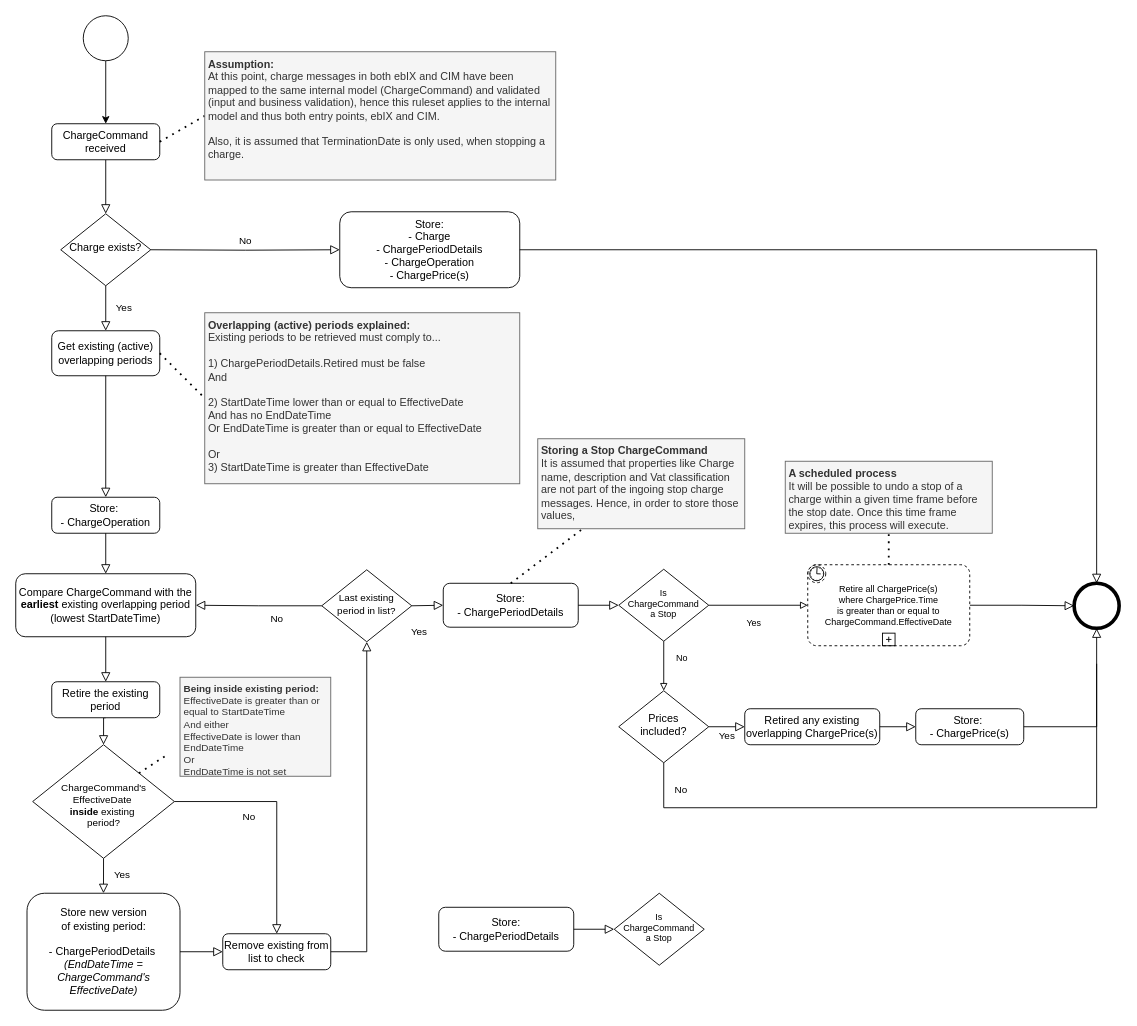
This is docs/images/PersistingChargesRuleSet_ProcessFlow.drawio from Energinet-DataHub/ARCHIVED-geh-charges, a draw.io file, before an edit. Source tidied: cells renumbered, new cells numbered last; positions are measured from the earlier drawing's top-left corner, leaving out a move shared by most shapes. Both pictures are drawn from the tidied source at 90%, with x=0, y=0 at pixel (15, 15).
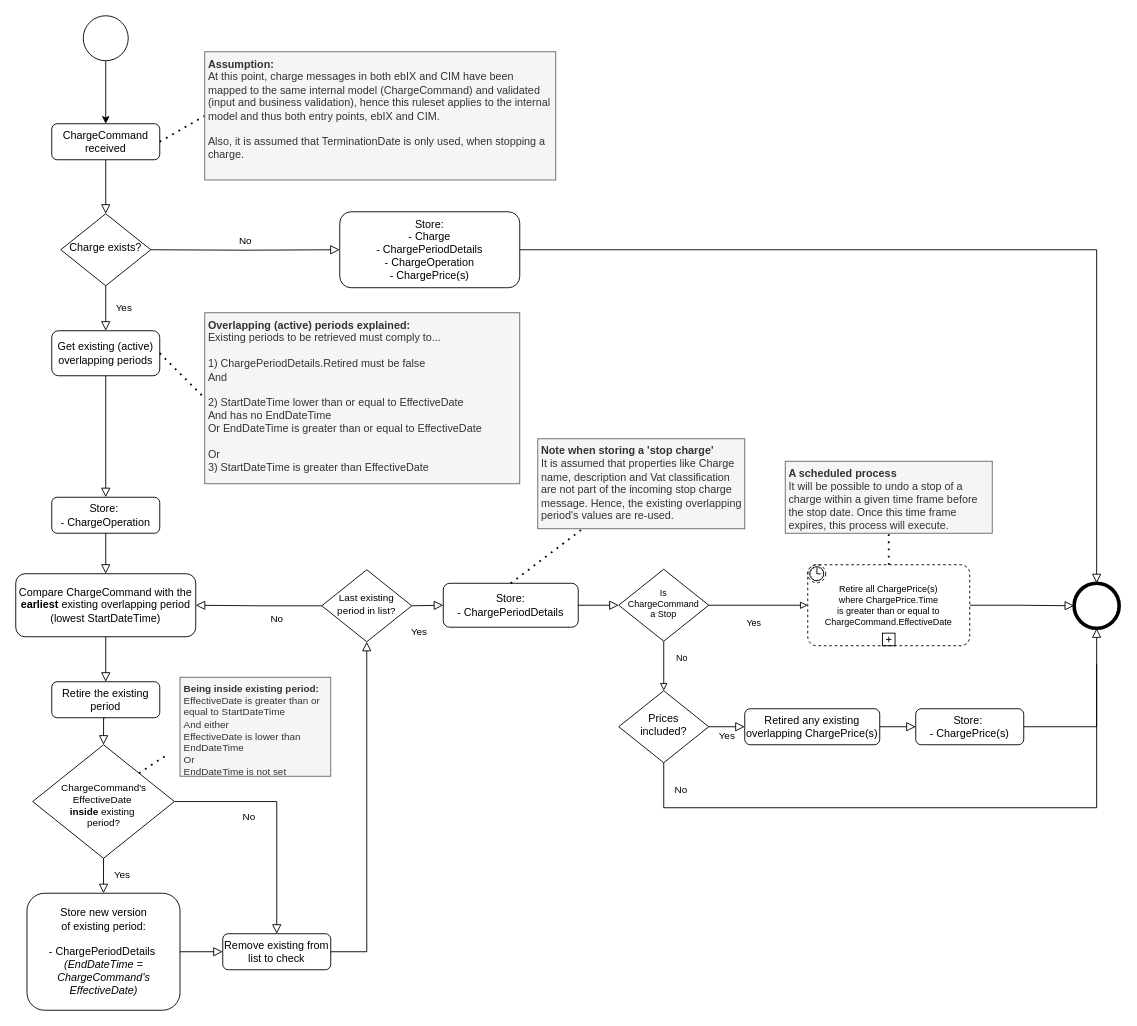
Above is the later version.

The edit, as a diff of the source:
```diff
@@
-    <mxCell id="53" value="Store:&lt;br&gt;- ChargePeriodDetails" style="rounded=1;whiteSpace=wrap;html=1;fontSize=12;glass=0;strokeWidth=1;shadow=0;" parent="1" vertex="1">
-      <mxGeometry x="470" y="990.6" width="150" height="48.8" as="geometry" />
-    </mxCell>
-    <mxCell id="54" style="rounded=0;html=1;jettySize=auto;fontSize=11;endArrow=block;endFill=0;endSize=8;strokeWidth=1;shadow=0;labelBackgroundColor=none;edgeStyle=orthogonalEdgeStyle;exitX=1;exitY=0.5;exitDx=0;exitDy=0;entryX=0;entryY=0.5;entryDx=0;entryDy=0;" parent="1" edge="1" source="53" target="55">
-      <mxGeometry y="20" relative="1" as="geometry" />
-    </mxCell>
-    <mxCell id="55" value="Is&lt;br style=&quot;font-size: 10px;&quot;&gt;ChargeCommand&lt;br style=&quot;font-size: 10px;&quot;&gt;a Stop" style="rhombus;whiteSpace=wrap;html=1;shadow=0;fontFamily=Helvetica;fontSize=10;align=center;strokeWidth=1;spacing=6;spacingTop=-4;" parent="1" vertex="1">
-      <mxGeometry x="665" y="975" width="100" height="80" as="geometry" />
-    </mxCell>
@@
-    <mxCell id="57" value="&lt;b&gt;Storing a Stop ChargeCommand&amp;nbsp;&lt;/b&gt;&lt;br&gt;It is assumed that properties like Charge name, description and Vat classification are not part of the ingoing stop charge messages. Hence, in order to store those values,&amp;nbsp;" style="text;html=1;align=left;verticalAlign=top;whiteSpace=wrap;rounded=0;perimeterSpacing=0;spacingTop=0;spacingLeft=2;spacingBottom=2;fillColor=#f5f5f5;strokeColor=#666666;fontColor=#333333;" parent="1" vertex="1">
+    <mxCell id="57" value="&lt;b&gt;Note when storing a 'stop charge'&lt;/b&gt;&lt;br&gt;It is assumed that properties like Charge name, description and Vat classification are not part of the incoming stop charge message. Hence, the existing overlapping period's values are re-used." style="text;html=1;align=left;verticalAlign=top;whiteSpace=wrap;rounded=0;perimeterSpacing=0;spacingTop=0;spacingLeft=2;spacingBottom=2;fillColor=#f5f5f5;strokeColor=#666666;fontColor=#333333;" parent="1" vertex="1">
       <mxGeometry x="580" y="470" width="230" height="100" as="geometry" />
     </mxCell>
```
